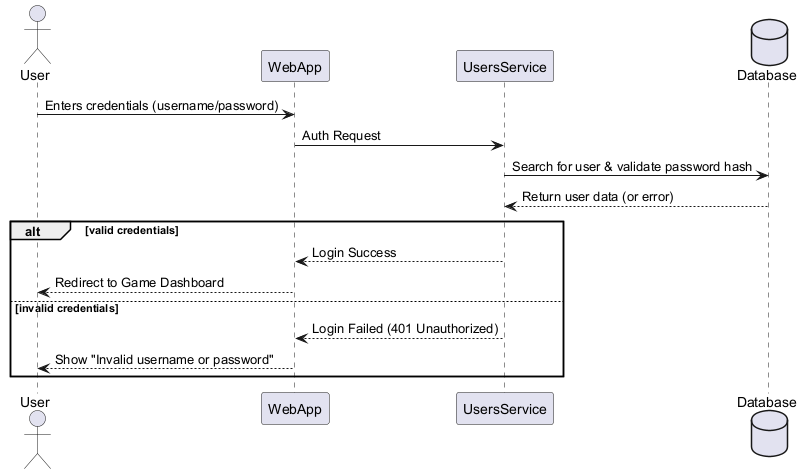
Above: images/Login.png in Arquisoft/yovi_en3b (PlantUML), before the change.
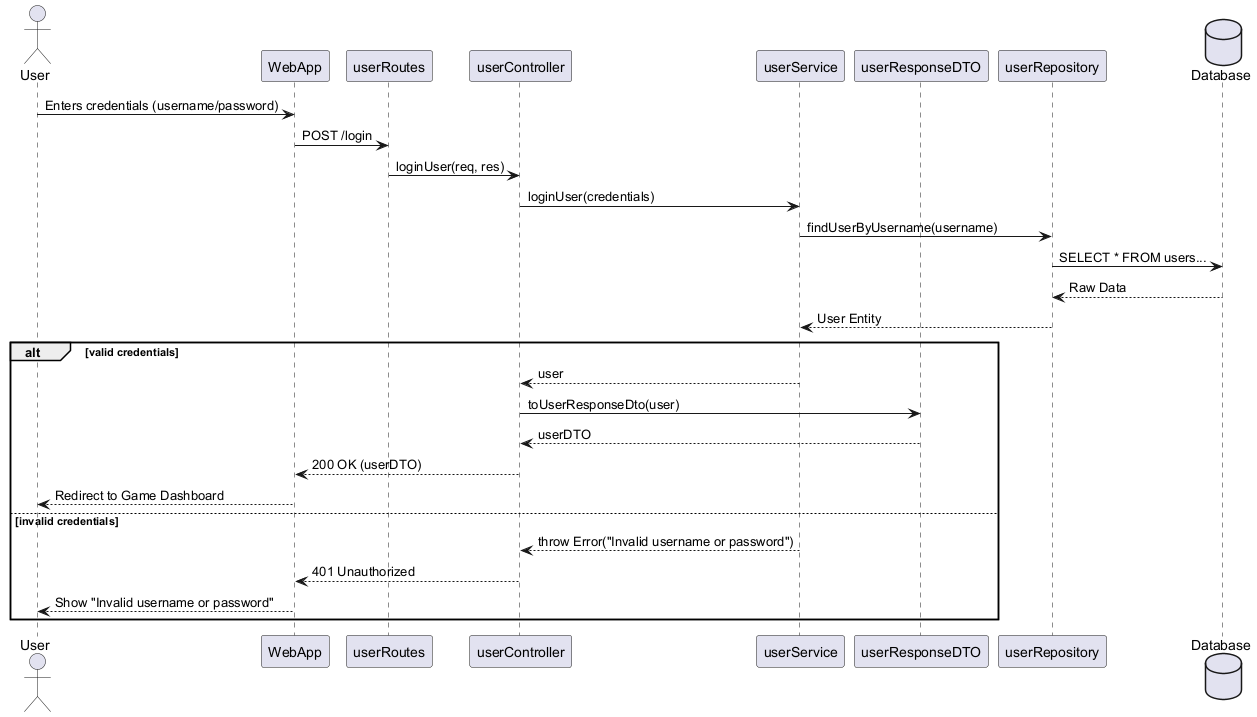
The same diagram one commit later.

What changed in the source:
```diff
@@ -1,19 +1,32 @@
 @startuml
 actor User
 participant WebApp
-participant UsersService
+participant userRoutes
+participant userController
+participant userService
+participant userResponseDTO
+participant userRepository
 database Database
 
 User -> WebApp: Enters credentials (username/password)
-WebApp -> UsersService: Auth Request
-UsersService -> Database: Search for user & validate password hash
-Database --> UsersService: Return user data (or error)
+WebApp -> userRoutes: POST /login
+userRoutes -> userController: loginUser(req, res)
+
+userController -> userService: loginUser(credentials)
+userService -> userRepository: findUserByUsername(username)
+userRepository -> Database: SELECT * FROM users...
+Database --> userRepository: Raw Data
+userRepository --> userService: User Entity
 
 alt valid credentials
-    UsersService --> WebApp: Login Success
+    userService --> userController: user
+    userController -> userResponseDTO: toUserResponseDto(user)
+    userResponseDTO --> userController: userDTO
+    userController --> WebApp: 200 OK (userDTO)
     WebApp --> User: Redirect to Game Dashboard
 else invalid credentials
-    UsersService --> WebApp: Login Failed (401 Unauthorized)
+    userService --> userController: throw Error("Invalid username or password")
+    userController --> WebApp: 401 Unauthorized
     WebApp --> User: Show "Invalid username or password"
 end
 @enduml
```
